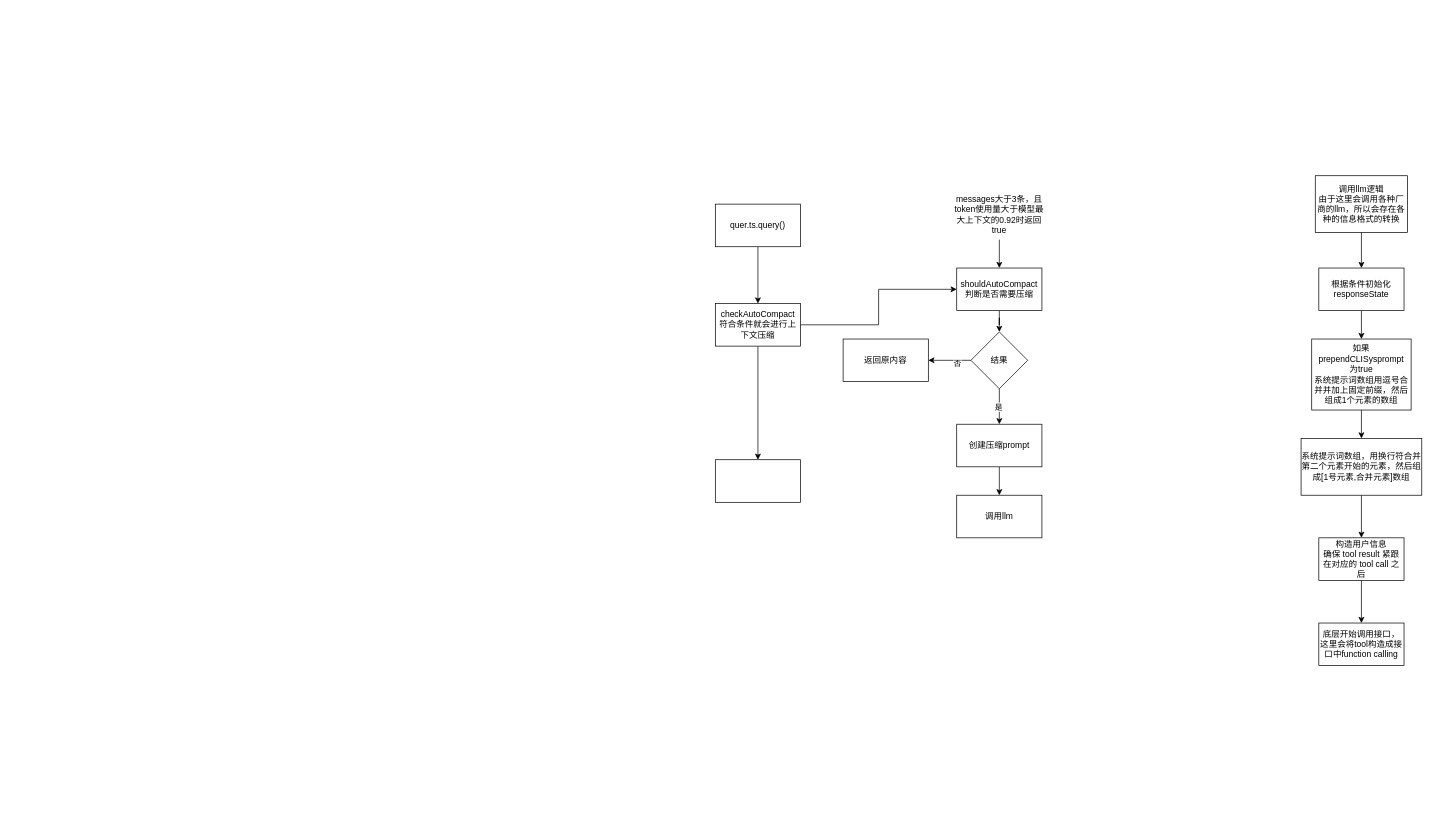
Earlier version of the draw.io diagram 未命名绘图.drawio (jinpengLin/drawioData). Source tidied: cells renumbered, new cells numbered last; positions are measured from the earlier drawing's top-left corner, leaving out a move shared by most shapes. Both pictures are drawn from the tidied source at 71%, with x=0, y=0 at pixel (715, 175).
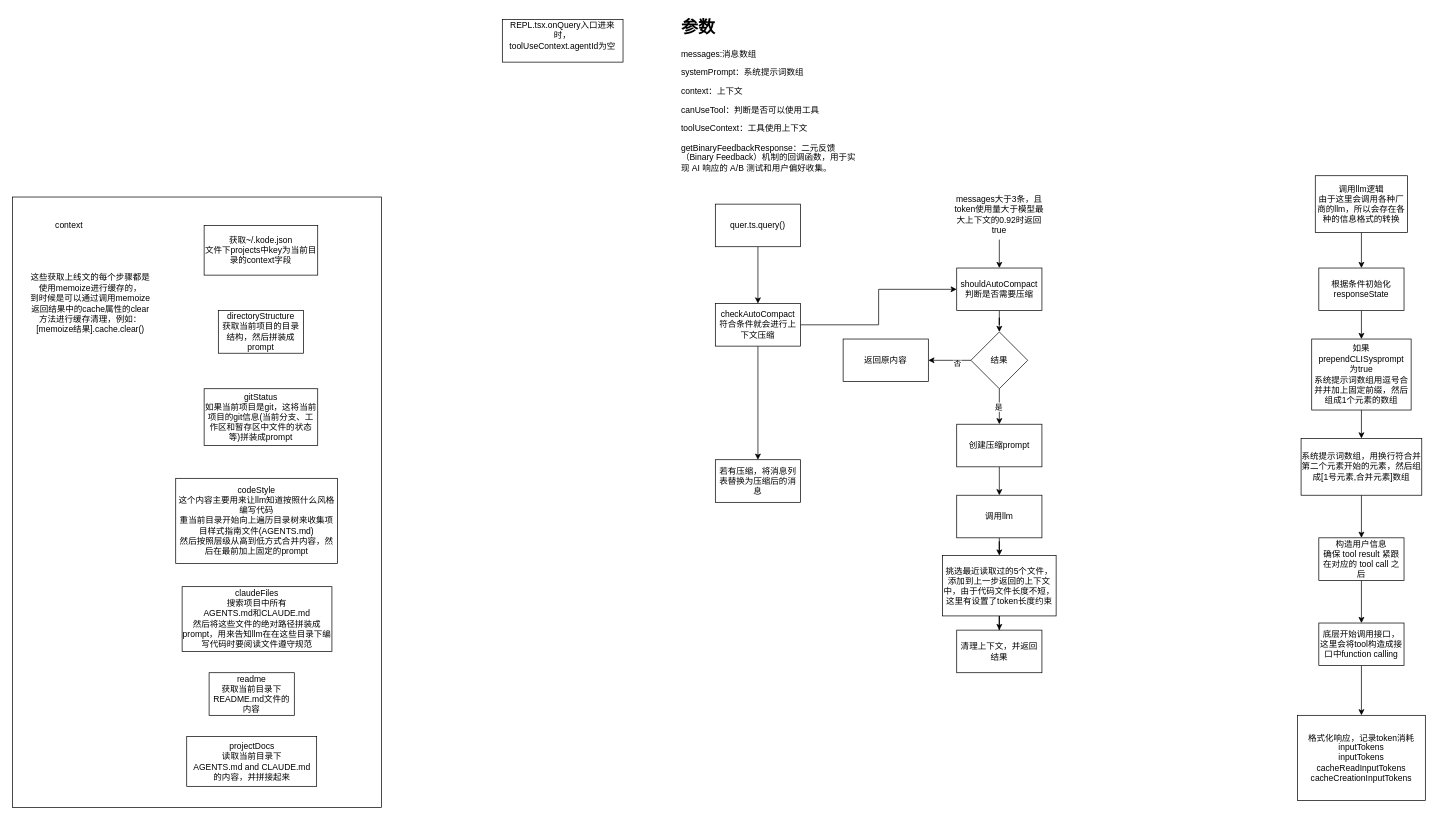
Above is the later version.

Unchanged cells that the change refers to:
```xml
<mxCell id="20" value="调用llm" style="whiteSpace=wrap;html=1;rounded=0;" parent="1" vertex="1">
  <mxGeometry x="340" y="450" width="120" height="60" as="geometry" />
</mxCell>
<mxCell id="31" value="底层开始调用接口，这里会将tool构造成接口中function calling" style="whiteSpace=wrap;html=1;rounded=0;" parent="1" vertex="1">
  <mxGeometry x="850" y="630" width="120" height="60" as="geometry" />
</mxCell>
```

Diff of the diagram source:
```diff
@@
+    <mxCell id="32" style="rounded=0;whiteSpace=wrap;html=1;" parent="1" vertex="1">
+      <mxGeometry x="-990" y="30" width="520" height="860" as="geometry" />
+    </mxCell>
@@
-    <mxCell id="19" style="whiteSpace=wrap;html=1;rounded=0;" parent="1" vertex="1">
+    <mxCell id="19" value="若有压缩，将消息列表替换为压缩后的消息" style="whiteSpace=wrap;html=1;rounded=0;" parent="1" vertex="1">
       <mxGeometry y="400" width="120" height="60" as="geometry" />
     </mxCell>
+    <mxCell id="33" style="edgeStyle=orthogonalEdgeStyle;rounded=0;jettySize=auto;html=1;" parent="1" edge="1" source="20" target="37">
+      <mxGeometry relative="1" as="geometry" />
+    </mxCell>
@@
+    <mxCell id="34" style="edgeStyle=orthogonalEdgeStyle;rounded=0;jettySize=auto;html=1;" parent="1" edge="1" source="31" target="35">
+      <mxGeometry relative="1" as="geometry" />
+    </mxCell>
@@
+    <mxCell id="35" value="格式化响应，记录token消耗&lt;div&gt;inputTokens&lt;/div&gt;&lt;div&gt;inputTokens&lt;/div&gt;&lt;div&gt;cacheReadInputTokens&lt;/div&gt;&lt;div&gt;cacheCreationInputTokens&lt;/div&gt;" style="whiteSpace=wrap;html=1;rounded=0;" parent="1" vertex="1">
+      <mxGeometry x="820" y="760" width="180" height="120" as="geometry" />
+    </mxCell>
+    <mxCell id="36" style="edgeStyle=orthogonalEdgeStyle;rounded=0;jettySize=auto;html=1;" parent="1" edge="1" source="37" target="38">
+      <mxGeometry relative="1" as="geometry" />
+    </mxCell>
+    <mxCell id="37" value="挑选最近读取过的5个文件，添加到上一步返回的上下文中，由于代码文件长度不短，这里有设置了token长度约束" style="whiteSpace=wrap;html=1;rounded=0;" parent="1" vertex="1">
+      <mxGeometry x="320" y="535" width="160" height="85" as="geometry" />
+    </mxCell>
+    <mxCell id="38" value="清理上下文，并返回结果" style="whiteSpace=wrap;html=1;rounded=0;" parent="1" vertex="1">
+      <mxGeometry x="340" y="640" width="120" height="60" as="geometry" />
+    </mxCell>
+    <mxCell id="39" value="codeStyle&lt;br&gt;&lt;div&gt;这个内容主要用来让llm知道按照什么风格编写代码&lt;br&gt;&lt;div&gt;重当前目录开始向上遍历目录树来收集项目样式指南文件(AGENTS.md)&lt;/div&gt;&lt;div&gt;然后按照层级从高到低方式合并内容，然后在最前加上固定的prompt&lt;/div&gt;&lt;/div&gt;" style="rounded=0;whiteSpace=wrap;html=1;" parent="1" vertex="1">
+      <mxGeometry x="-760" y="426.2" width="228" height="120" as="geometry" />
+    </mxCell>
+    <mxCell id="40" value="获取~/.kode.json&lt;div&gt;文件下projects中key为当前目录的context字段&lt;/div&gt;" style="rounded=0;whiteSpace=wrap;html=1;" parent="1" vertex="1">
+      <mxGeometry x="-720" y="70" width="160" height="70" as="geometry" />
+    </mxCell>
+    <mxCell id="41" value="&lt;div&gt;directoryStructure&lt;/div&gt;获取当前项目的目录结构，然后拼装成prompt" style="rounded=0;whiteSpace=wrap;html=1;" parent="1" vertex="1">
+      <mxGeometry x="-700" y="190" width="120" height="60" as="geometry" />
+    </mxCell>
+    <mxCell id="42" value="这些获取上线文的每个步骤都是使用memoize进行缓存的，&lt;div&gt;到时候是可以通过调用memoize返回结果中的cache属性的clear方法进行缓存清理，例如：&lt;/div&gt;&lt;div&gt;[memoize结果].cache.clear()&lt;/div&gt;" style="text;html=1;align=center;verticalAlign=middle;whiteSpace=wrap;rounded=0;" parent="1" vertex="1">
+      <mxGeometry x="-970" y="130" width="180" height="100" as="geometry" />
+    </mxCell>
+    <mxCell id="43" value="&lt;div&gt;claudeFiles&lt;/div&gt;搜索项目中所有&lt;div&gt;AGENTS.md和CLAUDE.md&lt;/div&gt;&lt;div&gt;然后将这些文件的绝对路径拼装成prompt，用来告知llm在在这些目录下编写代码时要阅读文件遵守规范&lt;/div&gt;" style="rounded=0;whiteSpace=wrap;html=1;" parent="1" vertex="1">
+      <mxGeometry x="-751" y="578.8" width="211" height="91.2" as="geometry" />
+    </mxCell>
+    <mxCell id="44" value="&lt;div&gt;gitStatus&lt;/div&gt;如果当前项目是git，这将当前项目的git信息(当前分支、工作区和暂存区中文件的状态等)拼装成prompt" style="rounded=0;whiteSpace=wrap;html=1;" parent="1" vertex="1">
+      <mxGeometry x="-720" y="300" width="160" height="80" as="geometry" />
+    </mxCell>
+    <mxCell id="45" value="&lt;div&gt;readme&lt;/div&gt;获取当前目录下README.md文件的内容" style="rounded=0;whiteSpace=wrap;html=1;" parent="1" vertex="1">
+      <mxGeometry x="-713" y="700" width="120" height="60" as="geometry" />
+    </mxCell>
+    <mxCell id="46" value="projectDocs&lt;div&gt;读取当前目录下&lt;/div&gt;&lt;div&gt;AGENTS.md and CLAUDE.md&lt;/div&gt;&lt;div&gt;的内容，并拼接起来&lt;/div&gt;" style="rounded=0;whiteSpace=wrap;html=1;" parent="1" vertex="1">
+      <mxGeometry x="-744.5" y="790" width="183" height="70" as="geometry" />
+    </mxCell>
+    <mxCell id="47" value="context" style="text;html=1;align=center;verticalAlign=middle;whiteSpace=wrap;rounded=0;" parent="1" vertex="1">
+      <mxGeometry x="-940" y="55" width="60" height="30" as="geometry" />
+    </mxCell>
+    <mxCell id="48" value="&lt;h1 style=&quot;margin-top: 0px;&quot;&gt;参数&lt;/h1&gt;&lt;p&gt;messages:消息数组&lt;/p&gt;&lt;p&gt;systemPrompt：系统提示词数组&lt;/p&gt;&lt;p&gt;context：上下文&lt;/p&gt;&lt;p&gt;canUseTool：判断是否可以使用工具&lt;/p&gt;&lt;p&gt;toolUseContext：工具使用上下文&lt;/p&gt;&lt;p&gt;getBinaryFeedbackResponse：二元反馈（Binary Feedback）机制的回调函数，用于实现 AI 响应的 A/B 测试和用户偏好收集。&lt;/p&gt;" style="text;html=1;whiteSpace=wrap;overflow=hidden;rounded=0;" parent="1" vertex="1">
+      <mxGeometry x="-50" y="-230" width="250" height="250" as="geometry" />
+    </mxCell>
+    <mxCell id="49" value="REPL.tsx.onQuery入口进来时，&lt;div&gt;&lt;span style=&quot;text-align: left;&quot;&gt;toolUseContext.&lt;/span&gt;agentId为空&lt;/div&gt;&lt;div&gt;&lt;br&gt;&lt;/div&gt;" style="rounded=0;whiteSpace=wrap;html=1;" parent="1" vertex="1">
+      <mxGeometry x="-300" y="-220" width="170" height="60" as="geometry" />
+    </mxCell>
```
